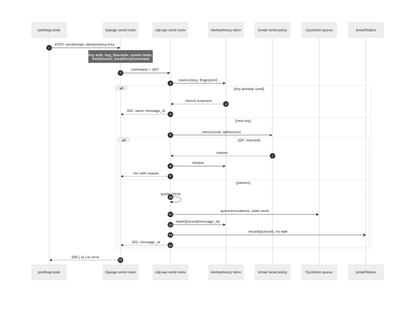
Before: r3/accept.png, a diagram exported from Mermaid (Silthus/posthog). Its source is kept beside it as r3/accept.mmd. Source of this version:
```mermaid
sequenceDiagram
  autonumber
  participant SDK as posthog-node
  participant Dj as Django send route
  participant CDP as cdp-api send route
  participant Idem as Idempotency store
  participant Pol as Email send policy
  participant Q as Cyclotron queue
  participant St as EmailStatus
  SDK->>Dj: POST send/email, Idempotency-Key
  Note over Dj: key auth, hog_flow:write, sender limits,<br/>SendSource, EmailSendCommand
  Dj->>CDP: command + JWT
  CDP->>Idem: reserve(key, fingerprint)
  alt key already used
    Idem-->>CDP: stored response
    CDP-->>Dj: 202, same message_id
  else new key
    CDP->>Pol: check(send, admission)
    alt Q4: rejected
      Pol-->>CDP: reason
      CDP->>Idem: release
      CDP-->>Dj: 4xx with reason
    else passes
      CDP->>CDP: quota check
      CDP->>Q: queueInvocations, state.send
      CDP->>Idem: markQueued(message_id)
      CDP-)St: record(queued), no wait
      CDP-->>Dj: 202, message_id
    end
  end
  Dj-->>SDK: 200 { id } or error
```
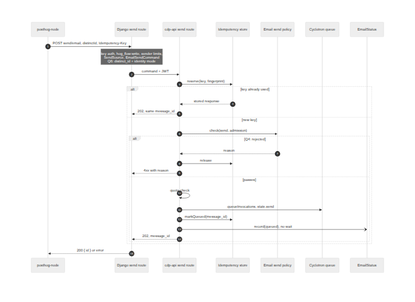
The same diagram one commit later.

What changed in the source:
```diff
@@ -7,8 +7,8 @@
   participant Pol as Email send policy
   participant Q as Cyclotron queue
   participant St as EmailStatus
-  SDK->>Dj: POST send/email, Idempotency-Key
-  Note over Dj: key auth, hog_flow:write, sender limits,<br/>SendSource, EmailSendCommand
+  SDK->>Dj: POST send/email, distinctId, Idempotency-Key
+  Note over Dj: key auth, hog_flow:write, sender limits,<br/>SendSource, EmailSendCommand<br/>Q6: distinct_id + identity mode
   Dj->>CDP: command + JWT
   CDP->>Idem: reserve(key, fingerprint)
   alt key already used
```
